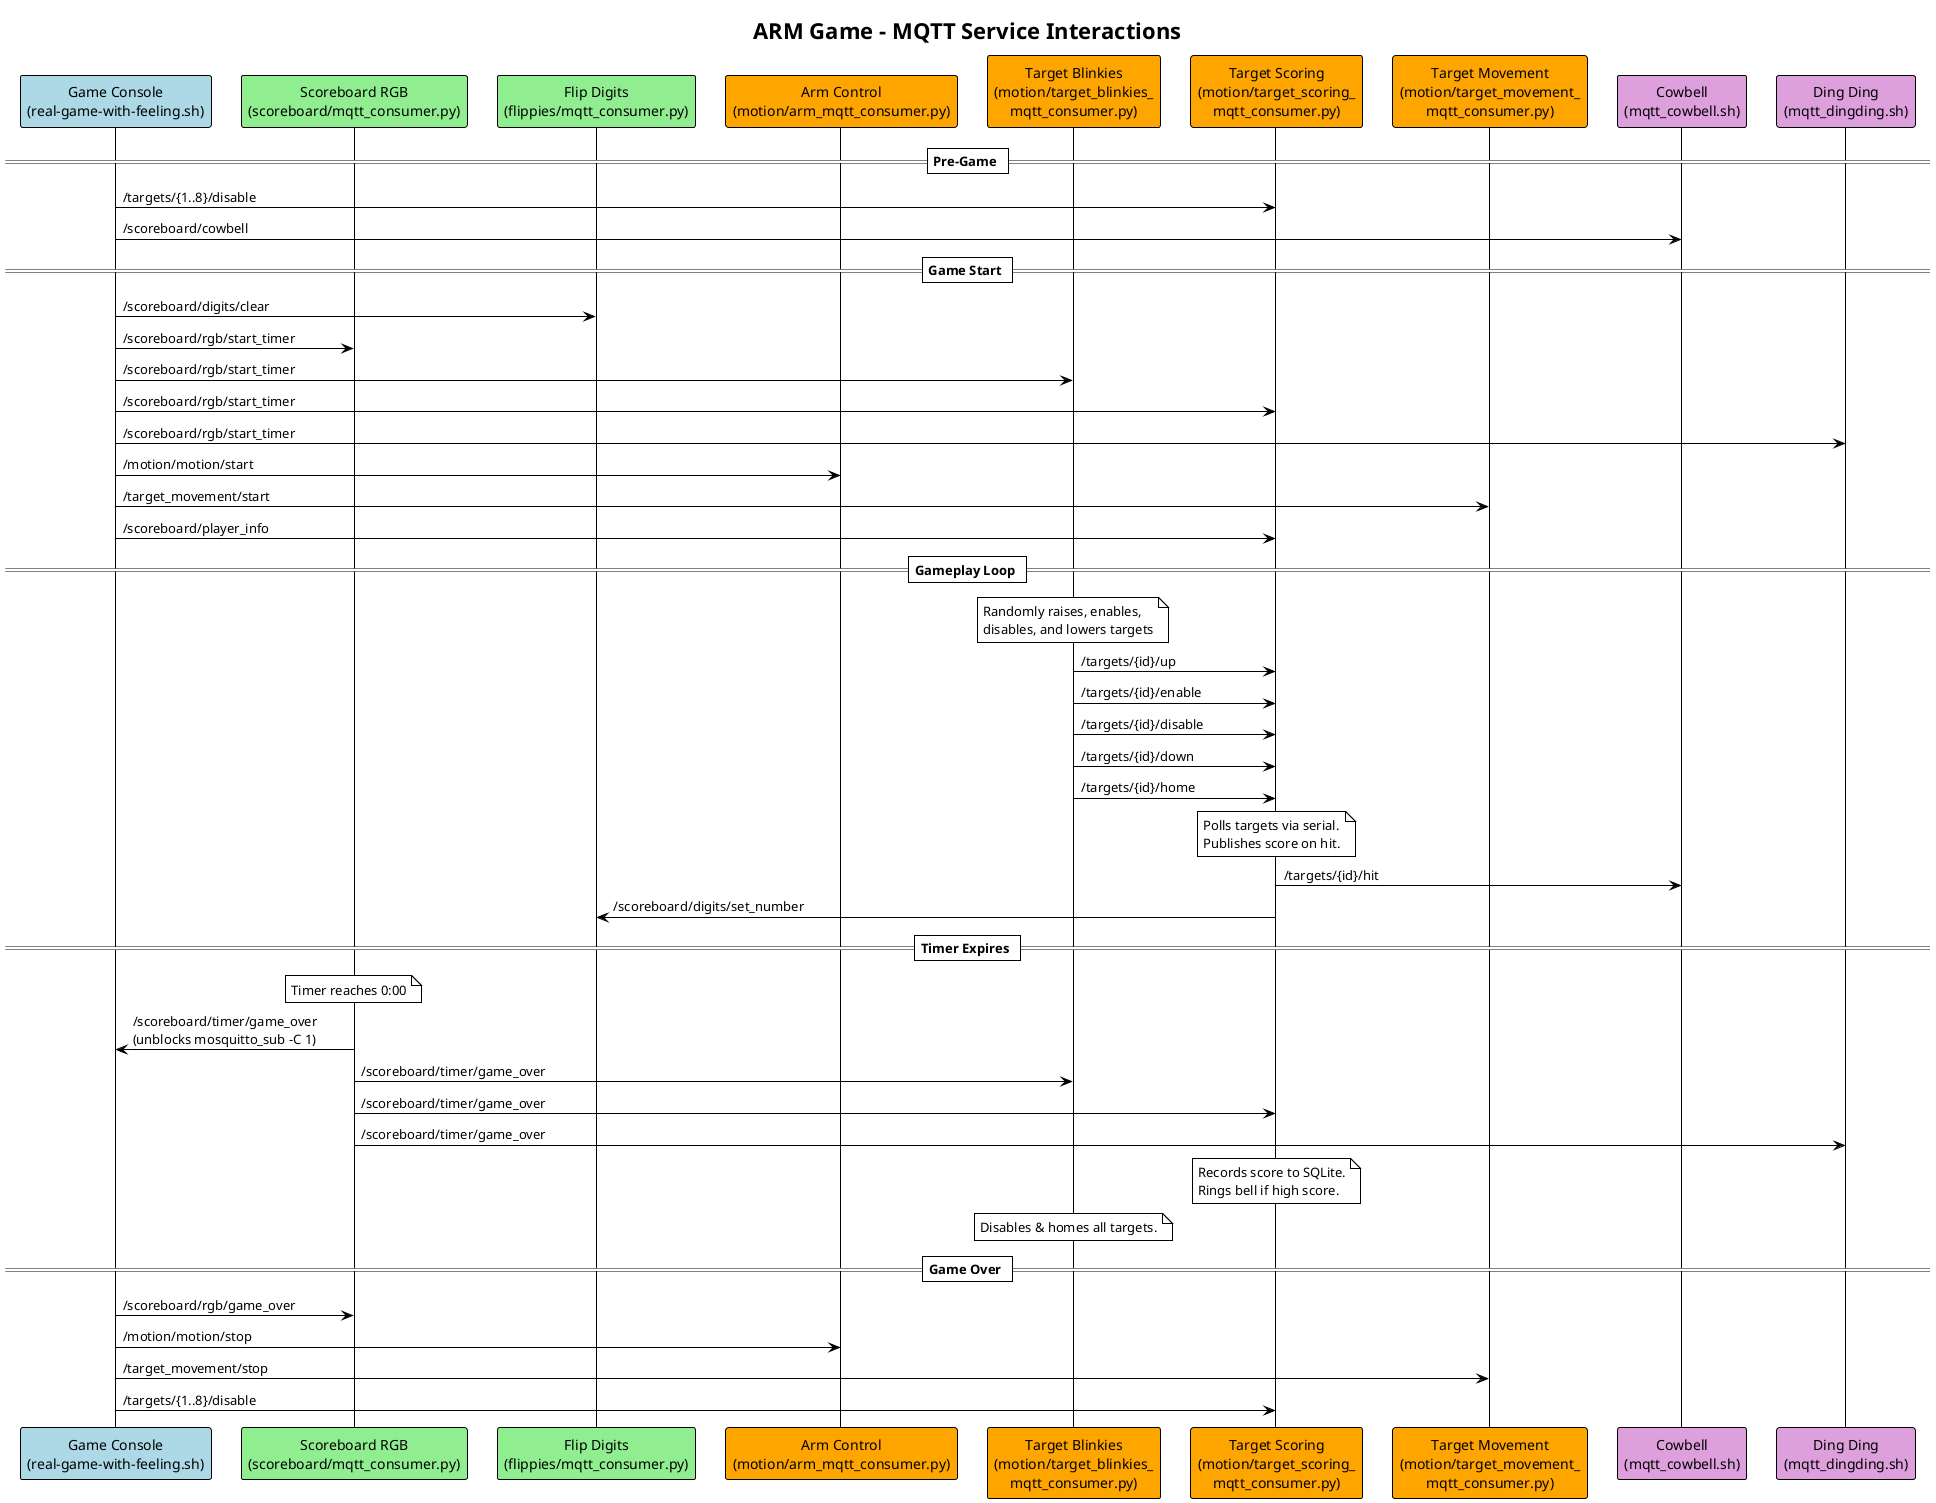
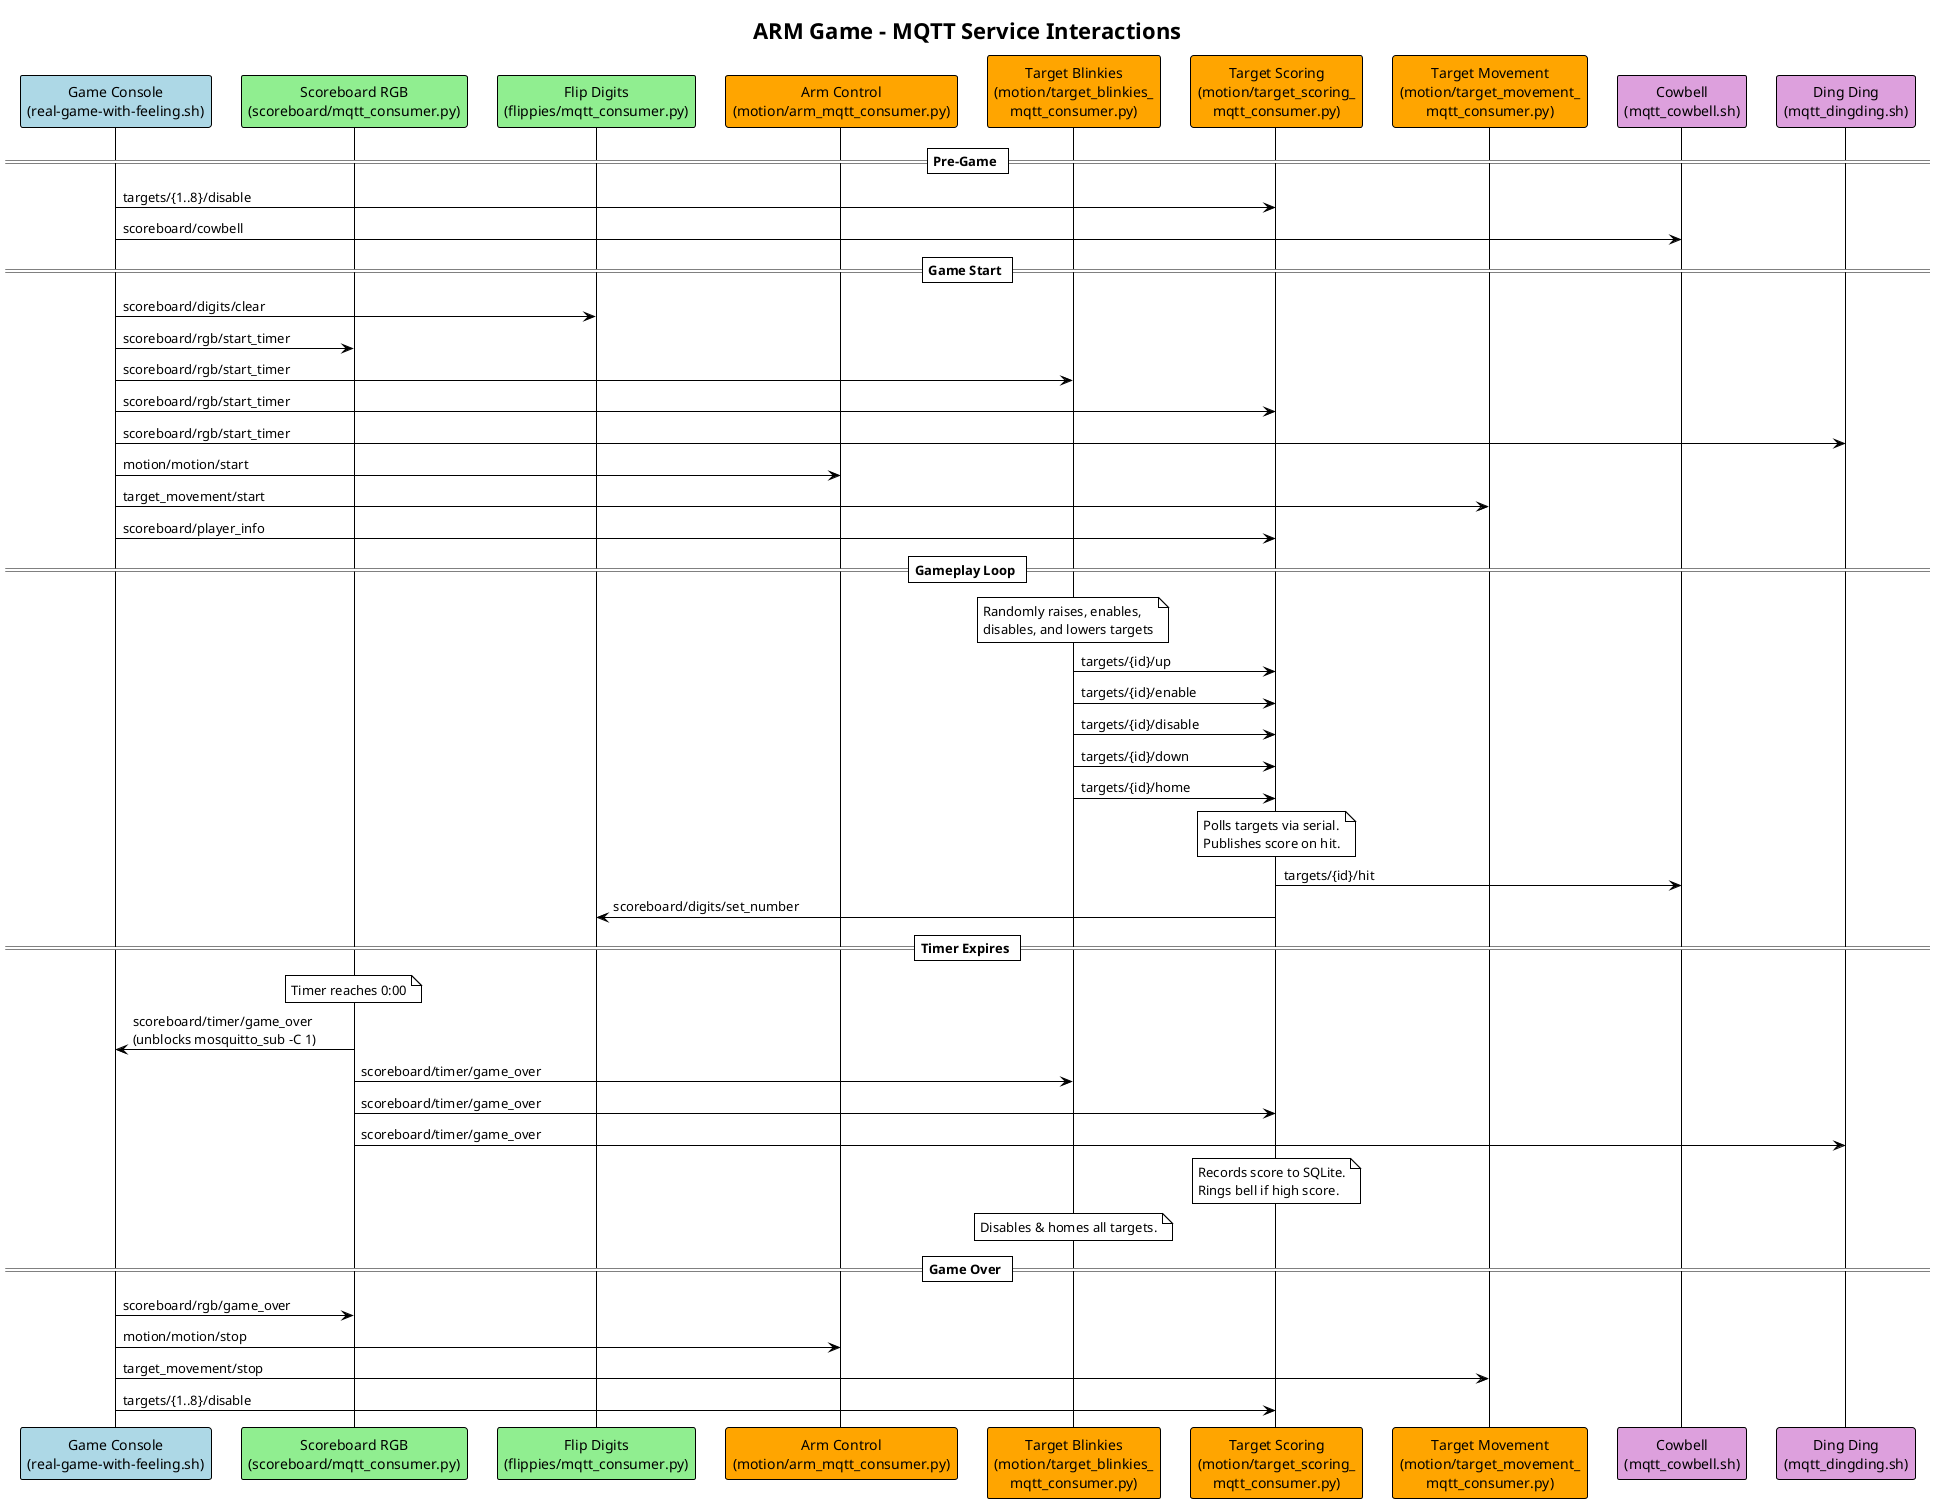
@startuml MQTT Service Architecture
!theme plain
title ARM Game - MQTT Service Interactions

' -- Participants ------------------------------
participant "Game Console\n(real-game-with-feeling.sh)" as Game #LightBlue
participant "Scoreboard RGB\n(scoreboard/mqtt_consumer.py)" as ScoreboardRGB #LightGreen
participant "Flip Digits\n(flippies/mqtt_consumer.py)" as Flippies #LightGreen
participant "Arm Control\n(motion/arm_mqtt_consumer.py)" as Arm #Orange
participant "Target Blinkies\n(motion/target_blinkies_\nmqtt_consumer.py)" as Blinkies #Orange
participant "Target Scoring\n(motion/target_scoring_\nmqtt_consumer.py)" as Scoring #Orange
participant "Target Movement\n(motion/target_movement_\nmqtt_consumer.py)" as Movement #Orange
participant "Cowbell\n(mqtt_cowbell.sh)" as Cowbell #Plum
participant "Ding Ding\n(mqtt_dingding.sh)" as DingDing #Plum

== Pre-Game ==

- Game -> Scoring : /targets/{1..8}/disable
- Game -> Cowbell : /scoreboard/cowbell
+ Game -> Scoring : targets/{1..8}/disable
+ Game -> Cowbell : scoreboard/cowbell

== Game Start ==

- Game -> Flippies : /scoreboard/digits/clear
+ Game -> Flippies : scoreboard/digits/clear

- Game -> ScoreboardRGB : /scoreboard/rgb/start_timer
- Game -> Blinkies : /scoreboard/rgb/start_timer
- Game -> Scoring : /scoreboard/rgb/start_timer
- Game -> DingDing : /scoreboard/rgb/start_timer
+ Game -> ScoreboardRGB : scoreboard/rgb/start_timer
+ Game -> Blinkies : scoreboard/rgb/start_timer
+ Game -> Scoring : scoreboard/rgb/start_timer
+ Game -> DingDing : scoreboard/rgb/start_timer

- Game -> Arm : /motion/motion/start
+ Game -> Arm : motion/motion/start

- Game -> Movement : /target_movement/start
+ Game -> Movement : target_movement/start

- Game -> Scoring : /scoreboard/player_info
+ Game -> Scoring : scoreboard/player_info

== Gameplay Loop ==

note over Blinkies : Randomly raises, enables,\ndisables, and lowers targets

- Blinkies -> Scoring : /targets/{id}/up
- Blinkies -> Scoring : /targets/{id}/enable
- Blinkies -> Scoring : /targets/{id}/disable
- Blinkies -> Scoring : /targets/{id}/down
- Blinkies -> Scoring : /targets/{id}/home
+ Blinkies -> Scoring : targets/{id}/up
+ Blinkies -> Scoring : targets/{id}/enable
+ Blinkies -> Scoring : targets/{id}/disable
+ Blinkies -> Scoring : targets/{id}/down
+ Blinkies -> Scoring : targets/{id}/home

note over Scoring : Polls targets via serial.\nPublishes score on hit.

- Scoring -> Cowbell : /targets/{id}/hit
- Scoring -> Flippies : /scoreboard/digits/set_number
+ Scoring -> Cowbell : targets/{id}/hit
+ Scoring -> Flippies : scoreboard/digits/set_number

== Timer Expires ==

note over ScoreboardRGB : Timer reaches 0:00

- ScoreboardRGB -> Game : /scoreboard/timer/game_over\n(unblocks mosquitto_sub -C 1)
- ScoreboardRGB -> Blinkies : /scoreboard/timer/game_over
- ScoreboardRGB -> Scoring : /scoreboard/timer/game_over
- ScoreboardRGB -> DingDing : /scoreboard/timer/game_over
+ ScoreboardRGB -> Game : scoreboard/timer/game_over\n(unblocks mosquitto_sub -C 1)
+ ScoreboardRGB -> Blinkies : scoreboard/timer/game_over
+ ScoreboardRGB -> Scoring : scoreboard/timer/game_over
+ ScoreboardRGB -> DingDing : scoreboard/timer/game_over

note over Scoring : Records score to SQLite.\nRings bell if high score.
note over Blinkies : Disables & homes all targets.

== Game Over ==

- Game -> ScoreboardRGB : /scoreboard/rgb/game_over
- Game -> Arm : /motion/motion/stop
- Game -> Movement : /target_movement/stop
- Game -> Scoring : /targets/{1..8}/disable
+ Game -> ScoreboardRGB : scoreboard/rgb/game_over
+ Game -> Arm : motion/motion/stop
+ Game -> Movement : target_movement/stop
+ Game -> Scoring : targets/{1..8}/disable

@enduml
